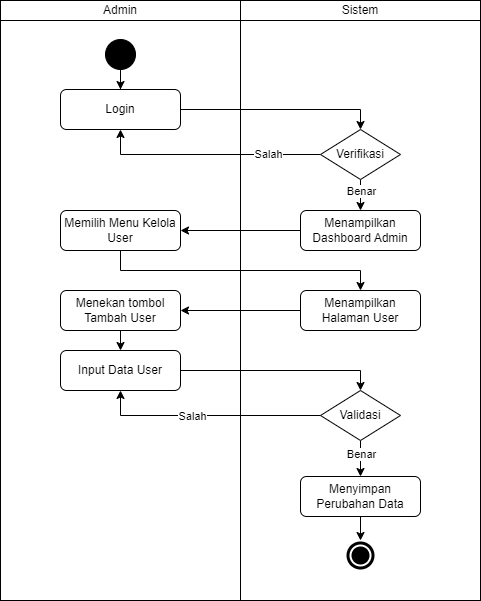
mitra-agro-usaha-perkebunan/maup-app-docs keeps this draw.io diagram as docs/activity-diagram/users/create-user.drawio.png. Above is the earlier version. Source tidied: cells renumbered, new cells last; positions are measured from the earlier drawing's top-left corner, leaving out a move shared by most shapes. The source it was exported from:
```xml
<mxGraphModel>
  <root>
    <mxCell id="0" />
    <mxCell id="1" parent="0" />
    <mxCell id="2" value="Admin" style="rounded=0;whiteSpace=wrap;html=1;" parent="1" vertex="1">
      <mxGeometry width="240" height="20" as="geometry" />
    </mxCell>
    <mxCell id="3" style="rounded=0;whiteSpace=wrap;html=1;" parent="1" vertex="1">
      <mxGeometry y="20" width="240" height="580" as="geometry" />
    </mxCell>
    <mxCell id="4" value="Sistem" style="rounded=0;whiteSpace=wrap;html=1;" parent="1" vertex="1">
      <mxGeometry x="240" width="240" height="20" as="geometry" />
    </mxCell>
    <mxCell id="5" style="rounded=0;whiteSpace=wrap;html=1;" parent="1" vertex="1">
      <mxGeometry x="240" y="20" width="240" height="580" as="geometry" />
    </mxCell>
    <mxCell id="6" style="ellipse;shape=doubleEllipse;whiteSpace=wrap;html=1;labelBackgroundColor=#000000;fillColor=#000000;strokeColor=#FFFFFF;strokeWidth=2;" parent="1" vertex="1">
      <mxGeometry x="345" y="540" width="30" height="30" as="geometry" />
    </mxCell>
    <mxCell id="7" style="edgeStyle=orthogonalEdgeStyle;rounded=0;jettySize=auto;html=1;" parent="1" edge="1" source="8" target="9">
      <mxGeometry relative="1" as="geometry" />
    </mxCell>
    <mxCell id="8" style="ellipse;whiteSpace=wrap;html=1;fillColor=#000000;labelBackgroundColor=#000000;shadow=0;gradientColor=none;" parent="1" vertex="1">
      <mxGeometry x="105" y="39" width="30" height="30" as="geometry" />
    </mxCell>
    <mxCell id="9" value="Login" style="rounded=1;whiteSpace=wrap;html=1;" parent="1" vertex="1">
      <mxGeometry x="60" y="89" width="120" height="40" as="geometry" />
    </mxCell>
    <mxCell id="10" style="edgeStyle=orthogonalEdgeStyle;rounded=0;jettySize=auto;html=1;" parent="1" edge="1" source="11" target="16">
      <mxGeometry relative="1" as="geometry">
        <Array as="points">
          <mxPoint x="120" y="270" />
          <mxPoint x="360" y="270" />
        </Array>
      </mxGeometry>
    </mxCell>
    <mxCell id="11" value="Memilih Menu Kelola User" style="rounded=1;whiteSpace=wrap;html=1;" parent="1" vertex="1">
      <mxGeometry x="60" y="210" width="120" height="40" as="geometry" />
    </mxCell>
    <mxCell id="12" style="edgeStyle=orthogonalEdgeStyle;rounded=0;jettySize=auto;html=1;" parent="1" edge="1" source="13" target="11">
      <mxGeometry relative="1" as="geometry" />
    </mxCell>
    <mxCell id="13" value="Menampilkan Dashboard Admin" style="rounded=1;whiteSpace=wrap;html=1;" parent="1" vertex="1">
      <mxGeometry x="300" y="210" width="120" height="40" as="geometry" />
    </mxCell>
    <mxCell id="14" value="Menekan tombol Tambah User" style="rounded=1;whiteSpace=wrap;html=1;" parent="1" vertex="1">
      <mxGeometry x="60" y="290" width="120" height="40" as="geometry" />
    </mxCell>
    <mxCell id="15" style="edgeStyle=orthogonalEdgeStyle;rounded=0;jettySize=auto;html=1;" parent="1" edge="1" source="16" target="14">
      <mxGeometry relative="1" as="geometry" />
    </mxCell>
    <mxCell id="16" value="Menampilkan Halaman User" style="rounded=1;whiteSpace=wrap;html=1;" parent="1" vertex="1">
      <mxGeometry x="300" y="290" width="120" height="40" as="geometry" />
    </mxCell>
    <mxCell id="17" style="edgeStyle=none;html=1;entryX=0.5;entryY=0;entryDx=0;entryDy=0;" parent="1" edge="1" source="18" target="6">
      <mxGeometry relative="1" as="geometry" />
    </mxCell>
    <mxCell id="18" value="Menyimpan Perubahan Data" style="rounded=1;whiteSpace=wrap;html=1;" parent="1" vertex="1">
      <mxGeometry x="300" y="476" width="120" height="40" as="geometry" />
    </mxCell>
    <mxCell id="19" style="edgeStyle=orthogonalEdgeStyle;rounded=0;jettySize=auto;html=1;startArrow=none;exitX=0.5;exitY=1;exitDx=0;exitDy=0;entryX=0.5;entryY=0;entryDx=0;entryDy=0;" parent="1" edge="1" source="25" target="18">
      <mxGeometry relative="1" as="geometry" />
    </mxCell>
    <mxCell id="20" value="Benar" style="edgeLabel;html=1;align=center;verticalAlign=middle;" parent="19" vertex="1">
      <mxGeometry x="-0.27" relative="1" as="geometry" />
    </mxCell>
    <mxCell id="21" style="edgeStyle=orthogonalEdgeStyle;rounded=0;jettySize=auto;html=1;entryX=0.5;entryY=1;entryDx=0;entryDy=0;exitX=0;exitY=0.5;exitDx=0;exitDy=0;" parent="1" edge="1" source="27">
      <mxGeometry relative="1" as="geometry">
        <mxPoint x="120" y="129" as="targetPoint" />
        <Array as="points">
          <mxPoint x="120" y="154" />
        </Array>
      </mxGeometry>
    </mxCell>
    <mxCell id="22" value="Salah" style="edgeLabel;html=1;align=center;verticalAlign=middle;" parent="21" vertex="1">
      <mxGeometry x="-0.53" y="2" relative="1" as="geometry">
        <mxPoint y="-3" as="offset" />
      </mxGeometry>
    </mxCell>
    <mxCell id="23" value="Input Data User" style="rounded=1;whiteSpace=wrap;html=1;" parent="1" vertex="1">
      <mxGeometry x="60" y="350" width="120" height="40" as="geometry" />
    </mxCell>
    <mxCell id="24" style="edgeStyle=orthogonalEdgeStyle;rounded=0;jettySize=auto;html=1;exitX=0.5;exitY=1;exitDx=0;exitDy=0;entryX=0.5;entryY=0;entryDx=0;entryDy=0;" parent="1" edge="1" source="14" target="23">
      <mxGeometry relative="1" as="geometry" />
    </mxCell>
    <mxCell id="25" value="Validasi" style="rhombus;whiteSpace=wrap;html=1;" parent="1" vertex="1">
      <mxGeometry x="320" y="390" width="80" height="50" as="geometry" />
    </mxCell>
    <mxCell id="26" style="edgeStyle=none;html=1;entryX=0.5;entryY=0;entryDx=0;entryDy=0;" parent="1" edge="1" source="27" target="13">
      <mxGeometry relative="1" as="geometry" />
    </mxCell>
    <mxCell id="27" value="Verifikasi" style="rhombus;whiteSpace=wrap;html=1;" parent="1" vertex="1">
      <mxGeometry x="320" y="129" width="80" height="50" as="geometry" />
    </mxCell>
    <mxCell id="28" style="edgeStyle=orthogonalEdgeStyle;rounded=0;jettySize=auto;html=1;entryX=0.5;entryY=0;entryDx=0;entryDy=0;exitX=1;exitY=0.5;exitDx=0;exitDy=0;" parent="1" edge="1" source="9" target="27">
      <mxGeometry relative="1" as="geometry">
        <Array as="points">
          <mxPoint x="360" y="109" />
        </Array>
      </mxGeometry>
    </mxCell>
    <mxCell id="29" value="Benar" style="edgeLabel;html=1;align=center;verticalAlign=middle;" parent="1" vertex="1">
      <mxGeometry x="360" y="190" as="geometry" />
    </mxCell>
    <mxCell id="30" style="edgeStyle=orthogonalEdgeStyle;rounded=0;jettySize=auto;html=1;exitX=1;exitY=0.5;exitDx=0;exitDy=0;entryX=0.5;entryY=0;entryDx=0;entryDy=0;" parent="1" edge="1" source="23" target="25">
      <mxGeometry relative="1" as="geometry">
        <Array as="points">
          <mxPoint x="360" y="370" />
        </Array>
      </mxGeometry>
    </mxCell>
    <mxCell id="31" style="edgeStyle=orthogonalEdgeStyle;rounded=0;jettySize=auto;html=1;exitX=0;exitY=0.5;exitDx=0;exitDy=0;entryX=0.5;entryY=1;entryDx=0;entryDy=0;" parent="1" edge="1" source="25" target="23">
      <mxGeometry relative="1" as="geometry" />
    </mxCell>
    <mxCell id="32" value="Salah" style="edgeLabel;html=1;align=center;verticalAlign=middle;" parent="31" vertex="1">
      <mxGeometry x="0.15" y="2" relative="1" as="geometry">
        <mxPoint y="-2" as="offset" />
      </mxGeometry>
    </mxCell>
  </root>
</mxGraphModel>
```
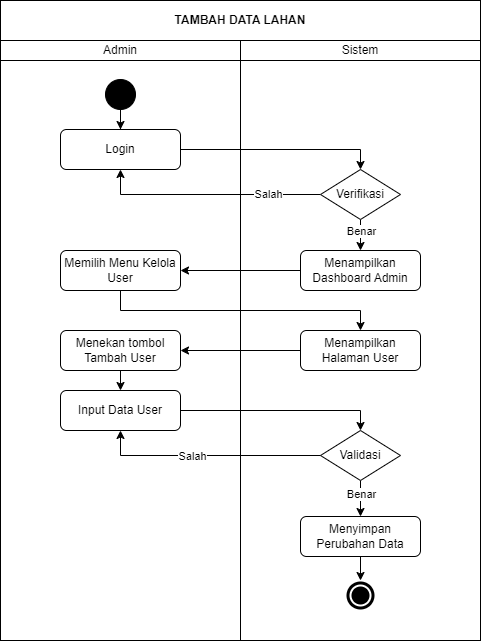
Above is the later version.

The edit, as a diff of the source:
```diff
@@ -117,5 +117,8 @@
         <mxPoint y="-2" as="offset" />
       </mxGeometry>
     </mxCell>
+    <mxCell id="33" value="&lt;b&gt;TAMBAH DATA LAHAN&lt;/b&gt;" style="rounded=0;whiteSpace=wrap;html=1;" parent="1" vertex="1">
+      <mxGeometry y="-40" width="480" height="40" as="geometry" />
+    </mxCell>
   </root>
 </mxGraphModel>
```
